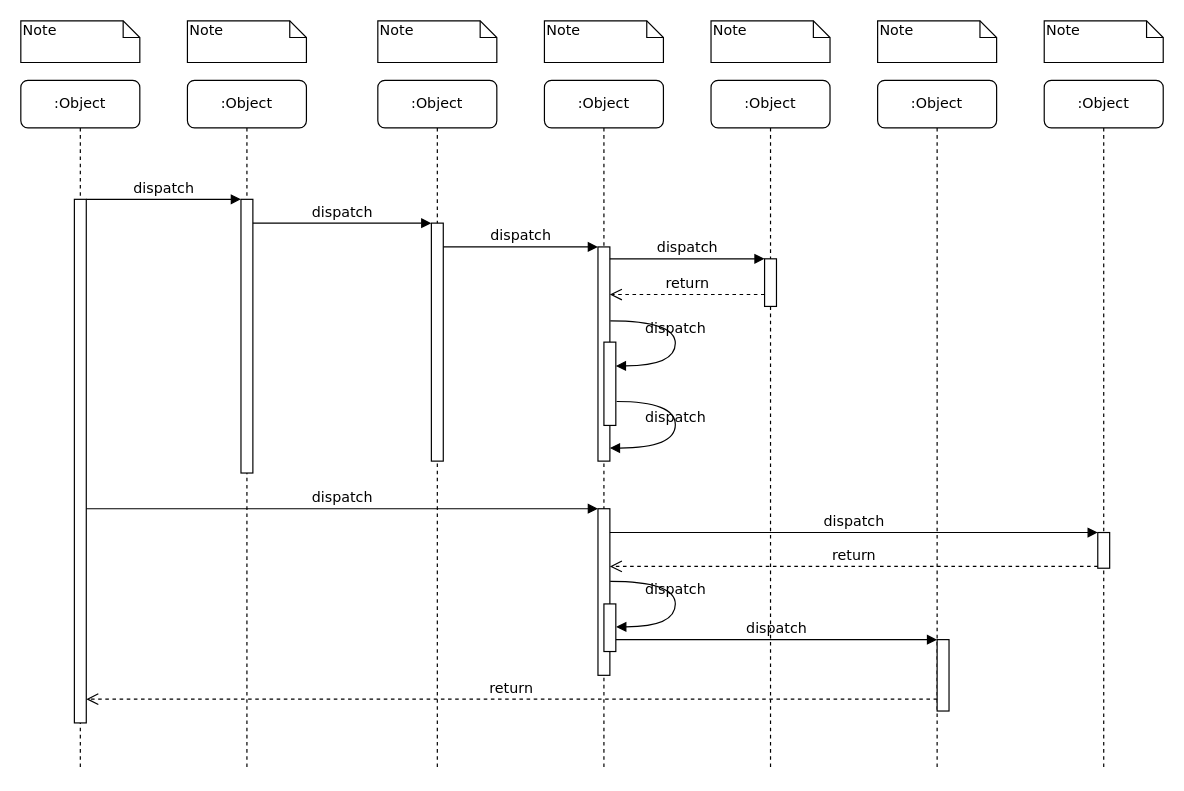
Brieee11/data-engineering-zoomcamp keeps this draw.io diagram as PSU_FW_Arch.drawio. Above is the earlier version. Source tidied: cells renumbered, new cells numbered last; positions are measured from the earlier drawing's top-left corner, leaving out a move shared by most shapes. Both pictures are drawn from the tidied source at 119%, with x=0, y=0 at pixel (20, 20).
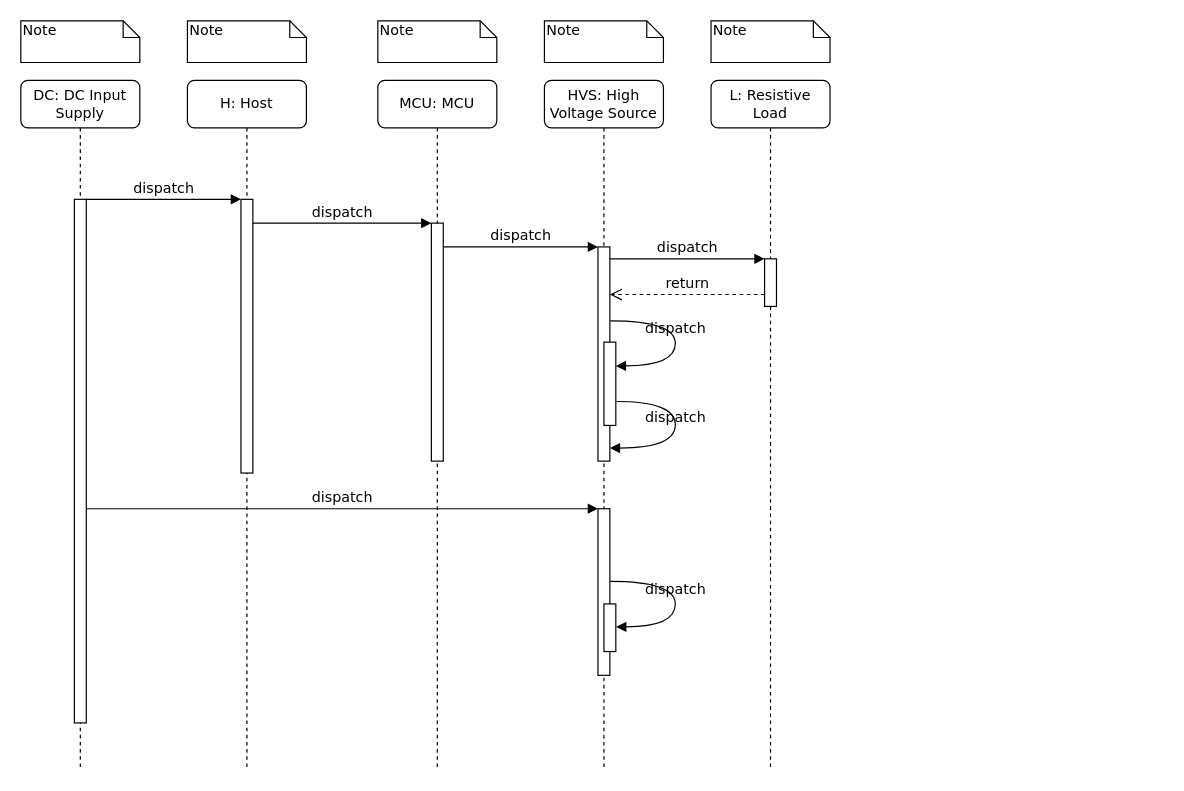
The same diagram, later.

Unchanged cells that the change refers to:
```xml
<mxCell id="11" style="html=1;points=[];perimeter=orthogonalPerimeter;rounded=0;shadow=0;comic=0;labelBackgroundColor=none;strokeWidth=1;fontFamily=Verdana;fontSize=12;align=center;" parent="10" vertex="1">
  <mxGeometry x="45" y="100" width="10" height="440" as="geometry" />
</mxCell>
<mxCell id="17" style="html=1;points=[];perimeter=orthogonalPerimeter;rounded=0;shadow=0;comic=0;labelBackgroundColor=none;strokeWidth=1;fontFamily=Verdana;fontSize=12;align=center;" parent="1" vertex="1">
  <mxGeometry x="485" y="410" width="10" height="140" as="geometry" />
</mxCell>
<mxCell id="30" style="html=1;points=[];perimeter=orthogonalPerimeter;rounded=0;shadow=0;comic=0;labelBackgroundColor=none;strokeWidth=1;fontFamily=Verdana;fontSize=12;align=center;" parent="1" vertex="1">
  <mxGeometry x="490" y="490" width="10" height="40" as="geometry" />
</mxCell>
```

Diff of the diagram source:
```diff
@@
-    <mxCell id="2" value=":Object" style="shape=umlLifeline;perimeter=lifelinePerimeter;whiteSpace=wrap;html=1;rounded=1;shadow=0;comic=0;labelBackgroundColor=none;strokeWidth=1;fontFamily=Verdana;fontSize=12;align=center;" parent="1" vertex="1">
+    <mxCell id="2" value="H: Host" style="shape=umlLifeline;perimeter=lifelinePerimeter;whiteSpace=wrap;html=1;rounded=1;shadow=0;comic=0;labelBackgroundColor=none;strokeWidth=1;fontFamily=Verdana;fontSize=12;align=center;" parent="1" vertex="1">
       <mxGeometry x="140" y="50" width="100" height="580" as="geometry" />
     </mxCell>
@@
-    <mxCell id="4" value=":Object" style="shape=umlLifeline;perimeter=lifelinePerimeter;whiteSpace=wrap;html=1;rounded=1;shadow=0;comic=0;labelBackgroundColor=none;strokeWidth=1;fontFamily=Verdana;fontSize=12;align=center;" parent="1" vertex="1">
+    <mxCell id="4" value="MCU: MCU" style="shape=umlLifeline;perimeter=lifelinePerimeter;whiteSpace=wrap;html=1;rounded=1;shadow=0;comic=0;labelBackgroundColor=none;strokeWidth=1;fontFamily=Verdana;fontSize=12;align=center;" parent="1" vertex="1">
       <mxGeometry x="300" y="50" width="100" height="580" as="geometry" />
     </mxCell>
@@
-    <mxCell id="6" value=":Object" style="shape=umlLifeline;perimeter=lifelinePerimeter;whiteSpace=wrap;html=1;rounded=1;shadow=0;comic=0;labelBackgroundColor=none;strokeWidth=1;fontFamily=Verdana;fontSize=12;align=center;" parent="1" vertex="1">
+    <mxCell id="6" value="HVS: High Voltage Source" style="shape=umlLifeline;perimeter=lifelinePerimeter;whiteSpace=wrap;html=1;rounded=1;shadow=0;comic=0;labelBackgroundColor=none;strokeWidth=1;fontFamily=Verdana;fontSize=12;align=center;" parent="1" vertex="1">
       <mxGeometry x="440" y="50" width="100" height="580" as="geometry" />
     </mxCell>
-    <mxCell id="7" value=":Object" style="shape=umlLifeline;perimeter=lifelinePerimeter;whiteSpace=wrap;html=1;rounded=1;shadow=0;comic=0;labelBackgroundColor=none;strokeWidth=1;fontFamily=Verdana;fontSize=12;align=center;" parent="1" vertex="1">
+    <mxCell id="7" value="L: Resistive Load" style="shape=umlLifeline;perimeter=lifelinePerimeter;whiteSpace=wrap;html=1;rounded=1;shadow=0;comic=0;labelBackgroundColor=none;strokeWidth=1;fontFamily=Verdana;fontSize=12;align=center;" parent="1" vertex="1">
       <mxGeometry x="580" y="50" width="100" height="580" as="geometry" />
     </mxCell>
-    <mxCell id="8" value=":Object" style="shape=umlLifeline;perimeter=lifelinePerimeter;whiteSpace=wrap;html=1;rounded=1;shadow=0;comic=0;labelBackgroundColor=none;strokeWidth=1;fontFamily=Verdana;fontSize=12;align=center;" parent="1" vertex="1">
-      <mxGeometry x="720" y="50" width="100" height="580" as="geometry" />
-    </mxCell>
-    <mxCell id="9" value=":Object" style="shape=umlLifeline;perimeter=lifelinePerimeter;whiteSpace=wrap;html=1;rounded=1;shadow=0;comic=0;labelBackgroundColor=none;strokeWidth=1;fontFamily=Verdana;fontSize=12;align=center;" parent="1" vertex="1">
-      <mxGeometry x="860" y="50" width="100" height="580" as="geometry" />
-    </mxCell>
-    <mxCell id="10" value=":Object" style="shape=umlLifeline;perimeter=lifelinePerimeter;whiteSpace=wrap;html=1;rounded=1;shadow=0;comic=0;labelBackgroundColor=none;strokeWidth=1;fontFamily=Verdana;fontSize=12;align=center;" parent="1" vertex="1">
+    <mxCell id="10" value="DC: DC Input Supply" style="shape=umlLifeline;perimeter=lifelinePerimeter;whiteSpace=wrap;html=1;rounded=1;shadow=0;comic=0;labelBackgroundColor=none;strokeWidth=1;fontFamily=Verdana;fontSize=12;align=center;" parent="1" vertex="1">
       <mxGeometry y="50" width="100" height="580" as="geometry" />
     </mxCell>
@@
-    <mxCell id="19" style="html=1;points=[];perimeter=orthogonalPerimeter;rounded=0;shadow=0;comic=0;labelBackgroundColor=none;strokeColor=#000000;strokeWidth=1;fillColor=#FFFFFF;fontFamily=Verdana;fontSize=12;fontColor=#000000;align=center;" parent="1" vertex="1">
-      <mxGeometry x="905" y="430" width="10" height="30" as="geometry" />
-    </mxCell>
-    <mxCell id="20" value="dispatch" style="html=1;verticalAlign=bottom;endArrow=block;entryX=0;entryY=0;labelBackgroundColor=none;fontFamily=Verdana;fontSize=12;" parent="1" edge="1" source="17" target="19">
-      <mxGeometry relative="1" as="geometry" />
-    </mxCell>
-    <mxCell id="21" value="return" style="html=1;verticalAlign=bottom;endArrow=open;dashed=1;endSize=8;exitX=0;exitY=0.95;labelBackgroundColor=none;fontFamily=Verdana;fontSize=12;" parent="1" edge="1" source="19" target="17">
-      <mxGeometry relative="1" as="geometry" />
-    </mxCell>
-    <mxCell id="22" style="html=1;points=[];perimeter=orthogonalPerimeter;rounded=0;shadow=0;comic=0;labelBackgroundColor=none;strokeWidth=1;fontFamily=Verdana;fontSize=12;align=center;" parent="1" vertex="1">
-      <mxGeometry x="770" y="520" width="10" height="60" as="geometry" />
-    </mxCell>
-    <mxCell id="23" value="dispatch" style="html=1;verticalAlign=bottom;endArrow=block;entryX=0;entryY=0;labelBackgroundColor=none;fontFamily=Verdana;fontSize=12;edgeStyle=elbowEdgeStyle;elbow=vertical;" parent="1" edge="1" source="30" target="22">
-      <mxGeometry relative="1" as="geometry" />
-    </mxCell>
-    <mxCell id="24" value="return" style="html=1;verticalAlign=bottom;endArrow=open;dashed=1;endSize=8;labelBackgroundColor=none;fontFamily=Verdana;fontSize=12;edgeStyle=elbowEdgeStyle;elbow=vertical;" parent="1" edge="1" source="22" target="11">
-      <mxGeometry relative="1" as="geometry">
-        <Array as="points">
-          <mxPoint x="470" y="570" />
-        </Array>
-      </mxGeometry>
-    </mxCell>
@@
-    <mxCell id="37" value="Note" style="shape=note;whiteSpace=wrap;html=1;size=14;verticalAlign=top;align=left;spacingTop=-6;rounded=0;shadow=0;comic=0;labelBackgroundColor=none;strokeWidth=1;fontFamily=Verdana;fontSize=12;" parent="1" vertex="1">
-      <mxGeometry x="720" width="100" height="35" as="geometry" />
-    </mxCell>
-    <mxCell id="38" value="Note" style="shape=note;whiteSpace=wrap;html=1;size=14;verticalAlign=top;align=left;spacingTop=-6;rounded=0;shadow=0;comic=0;labelBackgroundColor=none;strokeWidth=1;fontFamily=Verdana;fontSize=12;" parent="1" vertex="1">
-      <mxGeometry x="860" width="100" height="35" as="geometry" />
-    </mxCell>
```
